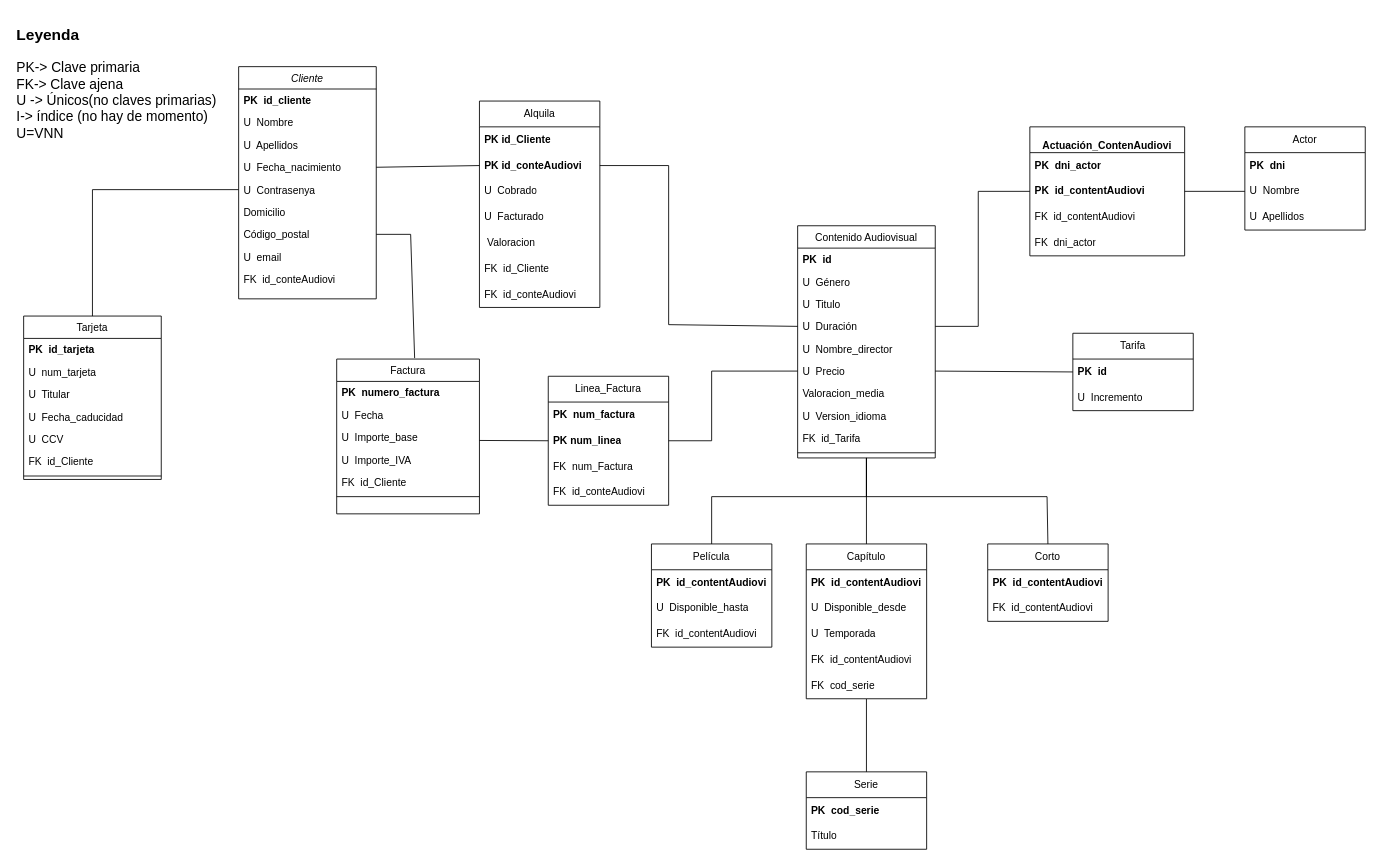
Earlier version of the draw.io diagram Modelo Relacional.drawio (Ivanmontesinos21/Proyecto_MiraVereda). Source tidied: cells renumbered, new cells numbered last; positions are measured from the earlier drawing's top-left corner, leaving out a move shared by most shapes. Both pictures are drawn from the tidied source at 86%, with x=0, y=0 at pixel (15, 15).
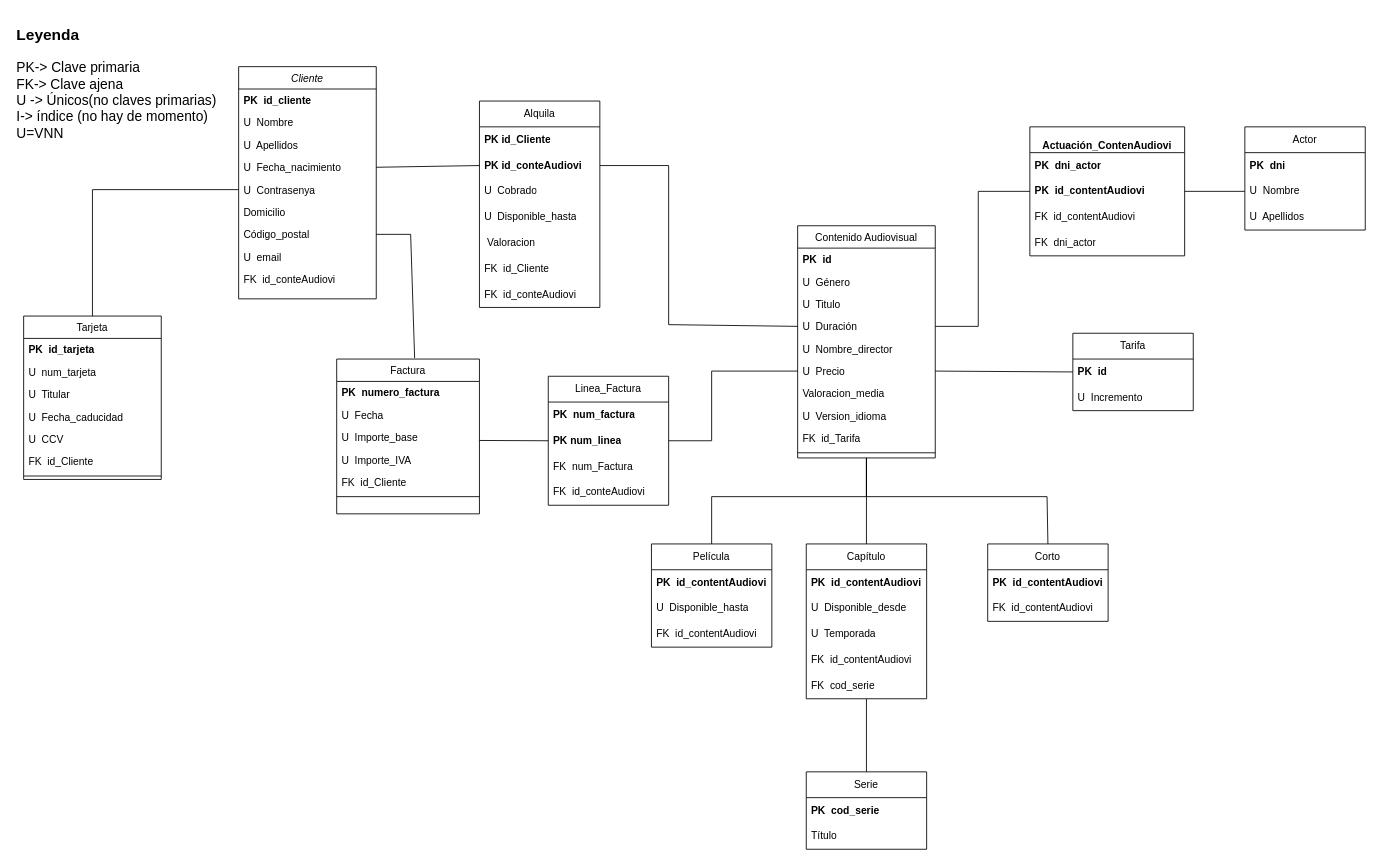
The same diagram, later.

Unchanged cells that the change refers to:
```xml
<mxCell id="60" value="Alquila" style="swimlane;fontStyle=0;horizontal=1;startSize=30;whiteSpace=wrap;html=1;" parent="1" vertex="1">
  <mxGeometry x="540" y="100" width="140" height="240" as="geometry" />
</mxCell>
```

What changed in the source:
```diff
@@
-    <mxCell id="64" value="U&amp;nbsp; Facturado" style="text;strokeColor=none;fillColor=none;align=left;verticalAlign=middle;spacingLeft=4;spacingRight=4;overflow=hidden;whiteSpace=wrap;html=1;" parent="60" vertex="1">
+    <mxCell id="64" value="U&amp;nbsp; Disponible_hasta" style="text;strokeColor=none;fillColor=none;align=left;verticalAlign=middle;spacingLeft=4;spacingRight=4;overflow=hidden;whiteSpace=wrap;html=1;" parent="60" vertex="1">
       <mxGeometry y="120" width="140" height="30" as="geometry" />
     </mxCell>
```
